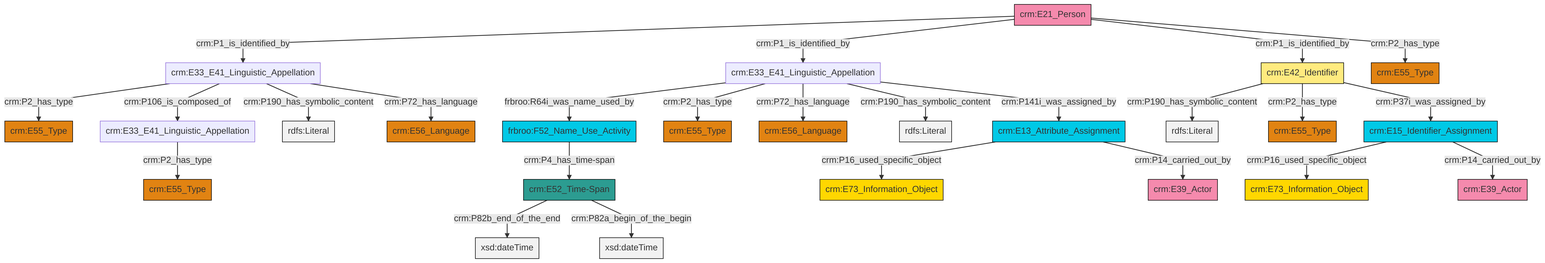
swiss-art-research-net/reference-data-models keeps this Mermaid diagram as et/personCSV/ttl/mmd/png/Person_Names_and_Classification.png. Above is the earlier version. Its source is kept beside it as et/personCSV/ttl/mmd/Person_Names_and_Classification.ttl.mmd.
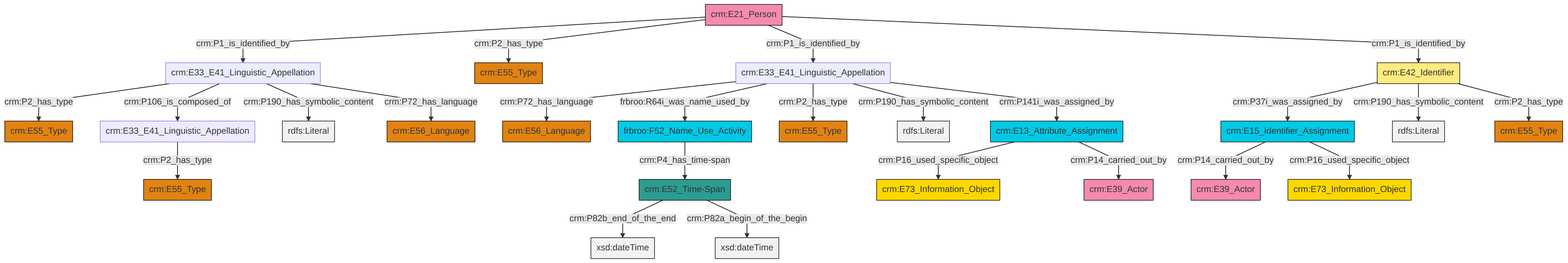
Later version of the same file.

Change to the diagram source:
```diff
@@ -13,27 +13,27 @@
 classDef PC_Classes fill:#4ce600, stroke:#000000;
 classDef Multi fill:#cccccc,stroke:#000000;
 
-4["crm:E21_Person"]:::Actor -->|crm:P1_is_identified_by| 0["crm:E33_E41_Linguistic_Appellation"]:::Default
-4["crm:E21_Person"]:::Actor -->|crm:P1_is_identified_by| 7["crm:E33_E41_Linguistic_Appellation"]:::Default
-2["frbroo:F52_Name_Use_Activity"]:::Temporal_Entity -->|crm:P4_has_time-span| 12["crm:E52_Time-Span"]:::Time-Span
-0["crm:E33_E41_Linguistic_Appellation"]:::Default -->|crm:P2_has_type| 16["crm:E55_Type"]:::Type
-17["crm:E15_Identifier_Assignment"]:::Temporal_Entity -->|crm:P16_used_specific_object| 18["crm:E73_Information_Object"]:::Conceptual_Object
-0["crm:E33_E41_Linguistic_Appellation"]:::Default -->|crm:P106_is_composed_of| 10["crm:E33_E41_Linguistic_Appellation"]:::Default
-17["crm:E15_Identifier_Assignment"]:::Temporal_Entity -->|crm:P14_carried_out_by| 22["crm:E39_Actor"]:::Actor
-4["crm:E21_Person"]:::Actor -->|crm:P1_is_identified_by| 5["crm:E42_Identifier"]:::Appellation
-4["crm:E21_Person"]:::Actor -->|crm:P2_has_type| 29["crm:E55_Type"]:::Type
-7["crm:E33_E41_Linguistic_Appellation"]:::Default -->|frbroo:R64i_was_name_used_by| 2["frbroo:F52_Name_Use_Activity"]:::Temporal_Entity
-31["crm:E13_Attribute_Assignment"]:::Temporal_Entity -->|crm:P16_used_specific_object| 20["crm:E73_Information_Object"]:::Conceptual_Object
-12["crm:E52_Time-Span"]:::Time-Span -->|crm:P82b_end_of_the_end| 32[xsd:dateTime]:::Literal
-5["crm:E42_Identifier"]:::Appellation -->|crm:P190_has_symbolic_content| 35[rdfs:Literal]:::Literal
-7["crm:E33_E41_Linguistic_Appellation"]:::Default -->|crm:P2_has_type| 36["crm:E55_Type"]:::Type
-5["crm:E42_Identifier"]:::Appellation -->|crm:P2_has_type| 14["crm:E55_Type"]:::Type
-0["crm:E33_E41_Linguistic_Appellation"]:::Default -->|crm:P190_has_symbolic_content| 38[rdfs:Literal]:::Literal
-7["crm:E33_E41_Linguistic_Appellation"]:::Default -->|crm:P72_has_language| 39["crm:E56_Language"]:::Type
-31["crm:E13_Attribute_Assignment"]:::Temporal_Entity -->|crm:P14_carried_out_by| 23["crm:E39_Actor"]:::Actor
-10["crm:E33_E41_Linguistic_Appellation"]:::Default -->|crm:P2_has_type| 8["crm:E55_Type"]:::Type
-7["crm:E33_E41_Linguistic_Appellation"]:::Default -->|crm:P190_has_symbolic_content| 43[rdfs:Literal]:::Literal
-5["crm:E42_Identifier"]:::Appellation -->|crm:P37i_was_assigned_by| 17["crm:E15_Identifier_Assignment"]:::Temporal_Entity
-12["crm:E52_Time-Span"]:::Time-Span -->|crm:P82a_begin_of_the_begin| 45[xsd:dateTime]:::Literal
-0["crm:E33_E41_Linguistic_Appellation"]:::Default -->|crm:P72_has_language| 33["crm:E56_Language"]:::Type
-7["crm:E33_E41_Linguistic_Appellation"]:::Default -->|crm:P141i_was_assigned_by| 31["crm:E13_Attribute_Assignment"]:::Temporal_Entity
+0["crm:E33_E41_Linguistic_Appellation"]:::Default -->|crm:P72_has_language| 1["crm:E56_Language"]:::Type
+2["crm:E21_Person"]:::Actor -->|crm:P1_is_identified_by| 3["crm:E33_E41_Linguistic_Appellation"]:::Default
+2["crm:E21_Person"]:::Actor -->|crm:P2_has_type| 5["crm:E55_Type"]:::Type
+0["crm:E33_E41_Linguistic_Appellation"]:::Default -->|frbroo:R64i_was_name_used_by| 8["frbroo:F52_Name_Use_Activity"]:::Temporal_Entity
+12["crm:E42_Identifier"]:::Appellation -->|crm:P37i_was_assigned_by| 13["crm:E15_Identifier_Assignment"]:::Temporal_Entity
+12["crm:E42_Identifier"]:::Appellation -->|crm:P190_has_symbolic_content| 16[rdfs:Literal]:::Literal
+13["crm:E15_Identifier_Assignment"]:::Temporal_Entity -->|crm:P14_carried_out_by| 17["crm:E39_Actor"]:::Actor
+18["crm:E13_Attribute_Assignment"]:::Temporal_Entity -->|crm:P16_used_specific_object| 6["crm:E73_Information_Object"]:::Conceptual_Object
+0["crm:E33_E41_Linguistic_Appellation"]:::Default -->|crm:P2_has_type| 19["crm:E55_Type"]:::Type
+14["crm:E52_Time-Span"]:::Time-Span -->|crm:P82b_end_of_the_end| 20[xsd:dateTime]:::Literal
+0["crm:E33_E41_Linguistic_Appellation"]:::Default -->|crm:P190_has_symbolic_content| 22[rdfs:Literal]:::Literal
+3["crm:E33_E41_Linguistic_Appellation"]:::Default -->|crm:P2_has_type| 27["crm:E55_Type"]:::Type
+0["crm:E33_E41_Linguistic_Appellation"]:::Default -->|crm:P141i_was_assigned_by| 18["crm:E13_Attribute_Assignment"]:::Temporal_Entity
+3["crm:E33_E41_Linguistic_Appellation"]:::Default -->|crm:P106_is_composed_of| 9["crm:E33_E41_Linguistic_Appellation"]:::Default
+9["crm:E33_E41_Linguistic_Appellation"]:::Default -->|crm:P2_has_type| 29["crm:E55_Type"]:::Type
+13["crm:E15_Identifier_Assignment"]:::Temporal_Entity -->|crm:P16_used_specific_object| 25["crm:E73_Information_Object"]:::Conceptual_Object
+8["frbroo:F52_Name_Use_Activity"]:::Temporal_Entity -->|crm:P4_has_time-span| 14["crm:E52_Time-Span"]:::Time-Span
+18["crm:E13_Attribute_Assignment"]:::Temporal_Entity -->|crm:P14_carried_out_by| 38["crm:E39_Actor"]:::Actor
+12["crm:E42_Identifier"]:::Appellation -->|crm:P2_has_type| 34["crm:E55_Type"]:::Type
+3["crm:E33_E41_Linguistic_Appellation"]:::Default -->|crm:P190_has_symbolic_content| 39[rdfs:Literal]:::Literal
+2["crm:E21_Person"]:::Actor -->|crm:P1_is_identified_by| 0["crm:E33_E41_Linguistic_Appellation"]:::Default
+2["crm:E21_Person"]:::Actor -->|crm:P1_is_identified_by| 12["crm:E42_Identifier"]:::Appellation
+3["crm:E33_E41_Linguistic_Appellation"]:::Default -->|crm:P72_has_language| 23["crm:E56_Language"]:::Type
+14["crm:E52_Time-Span"]:::Time-Span -->|crm:P82a_begin_of_the_begin| 46[xsd:dateTime]:::Literal
```
